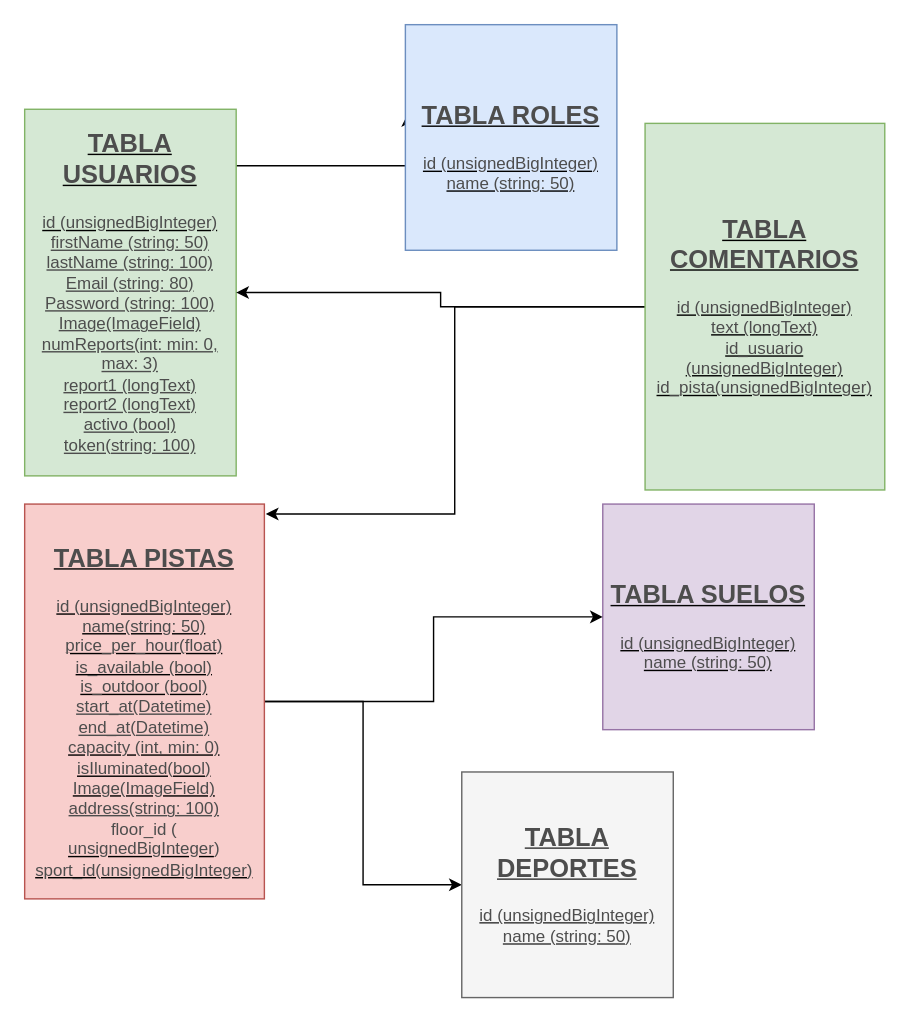
Before: GestionPistas BBDD.drawio in jedahee/Laravel-Backend-Final-Project-Degree, a draw.io diagram. Source tidied: cells renumbered, new cells numbered last; positions are measured from the earlier drawing's top-left corner, leaving out a move shared by most shapes. Both pictures are drawn from the tidied source at 141%, with x=0, y=0 at pixel (24, 24).
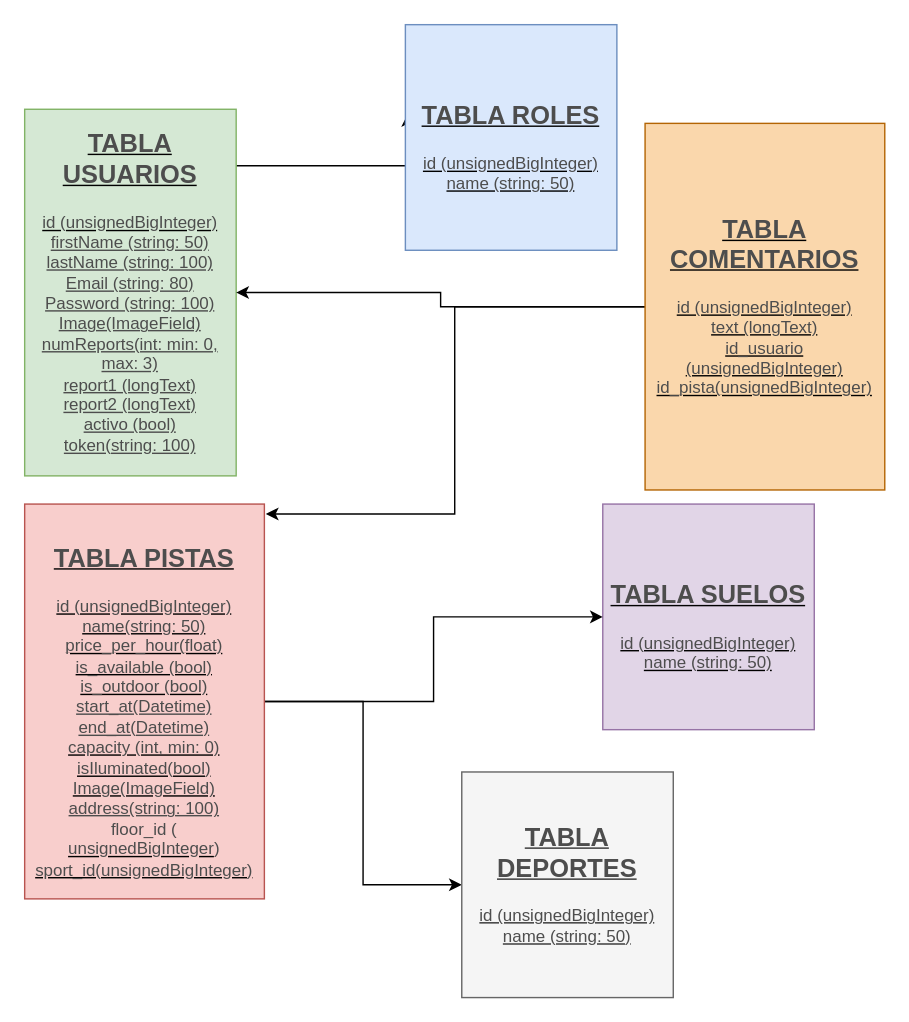
The same diagram, later.

What changed in the source:
```diff
@@
 <mxGraphModel>
   <root>
     <mxCell id="0" />
     <mxCell id="1" parent="0" />
     <mxCell id="2" style="edgeStyle=orthogonalEdgeStyle;rounded=0;jettySize=auto;html=1;entryX=0.011;entryY=0.396;entryDx=0;entryDy=0;entryPerimeter=0;fontFamily=Helvetica;fontColor=#4D4D4D;" parent="1" edge="1" source="3" target="5">
       <mxGeometry relative="1" as="geometry">
         <Array as="points">
           <mxPoint x="140" y="100" />
           <mxPoint x="140" y="100" />
         </Array>
       </mxGeometry>
     </mxCell>
     <mxCell id="3" value="&lt;h2&gt;&lt;u&gt;&lt;font color=&quot;#4d4d4d&quot;&gt;TABLA USUARIOS&lt;/font&gt;&lt;/u&gt;&lt;/h2&gt;&lt;div&gt;&lt;u&gt;&lt;font color=&quot;#4d4d4d&quot;&gt;id (unsignedBigInteger)&lt;/font&gt;&lt;/u&gt;&lt;/div&gt;&lt;div&gt;&lt;font color=&quot;#4d4d4d&quot;&gt;&lt;u&gt;firstName (string: 50)&lt;/u&gt;&lt;/font&gt;&lt;/div&gt;&lt;div&gt;&lt;u style=&quot;color: rgb(77 , 77 , 77)&quot;&gt;lastName (string: 100)&lt;/u&gt;&lt;font color=&quot;#4d4d4d&quot;&gt;&lt;u&gt;&lt;br&gt;&lt;/u&gt;&lt;/font&gt;&lt;/div&gt;&lt;div&gt;&lt;u style=&quot;color: rgb(77 , 77 , 77)&quot;&gt;Email (string: 80)&lt;/u&gt;&lt;u style=&quot;color: rgb(77 , 77 , 77)&quot;&gt;&lt;br&gt;&lt;/u&gt;&lt;/div&gt;&lt;div&gt;&lt;u style=&quot;color: rgb(77 , 77 , 77)&quot;&gt;Password (string: 100)&lt;/u&gt;&lt;/div&gt;&lt;div&gt;&lt;u style=&quot;color: rgb(77 , 77 , 77)&quot;&gt;Image(ImageField)&lt;/u&gt;&lt;u style=&quot;color: rgb(77 , 77 , 77)&quot;&gt;&lt;br&gt;&lt;/u&gt;&lt;/div&gt;&lt;div&gt;&lt;u style=&quot;color: rgb(77 , 77 , 77)&quot;&gt;numReports(int: min: 0, max: 3)&lt;/u&gt;&lt;u style=&quot;color: rgb(77 , 77 , 77)&quot;&gt;&lt;br&gt;&lt;/u&gt;&lt;/div&gt;&lt;div&gt;&lt;u style=&quot;color: rgb(77 , 77 , 77)&quot;&gt;report1 (longText)&lt;/u&gt;&lt;u style=&quot;color: rgb(77 , 77 , 77)&quot;&gt;&lt;br&gt;&lt;/u&gt;&lt;/div&gt;&lt;div&gt;&lt;u style=&quot;color: rgb(77 , 77 , 77)&quot;&gt;report2 (longText)&lt;/u&gt;&lt;u style=&quot;color: rgb(77 , 77 , 77)&quot;&gt;&lt;br&gt;&lt;/u&gt;&lt;/div&gt;&lt;div&gt;&lt;u style=&quot;color: rgb(77 , 77 , 77)&quot;&gt;activo (bool)&lt;/u&gt;&lt;/div&gt;&lt;div&gt;&lt;u style=&quot;color: rgb(77 , 77 , 77)&quot;&gt;token(string: 100)&lt;/u&gt;&lt;/div&gt;&lt;div&gt;&lt;u style=&quot;color: rgb(77 , 77 , 77)&quot;&gt;&lt;br&gt;&lt;/u&gt;&lt;/div&gt;" style="rounded=0;whiteSpace=wrap;html=1;fillColor=#d5e8d4;strokeColor=#82b366;strokeWidth=1;perimeterSpacing=0;line-height:30px;" parent="1" vertex="1">
       <mxGeometry y="60" width="150" height="260" as="geometry" />
     </mxCell>
     <mxCell id="4" value="&lt;h2&gt;&lt;u&gt;&lt;font color=&quot;#4d4d4d&quot;&gt;TABLA SUELOS&lt;/font&gt;&lt;/u&gt;&lt;/h2&gt;&lt;div&gt;&lt;div&gt;&lt;u&gt;&lt;font color=&quot;#4d4d4d&quot;&gt;id (unsignedBigInteger)&lt;/font&gt;&lt;/u&gt;&lt;/div&gt;&lt;/div&gt;&lt;div&gt;&lt;u&gt;&lt;font color=&quot;#4d4d4d&quot;&gt;name (string: 50)&lt;/font&gt;&lt;/u&gt;&lt;u&gt;&lt;font color=&quot;#4d4d4d&quot;&gt;&lt;br&gt;&lt;/font&gt;&lt;/u&gt;&lt;/div&gt;" style="rounded=0;whiteSpace=wrap;html=1;fillColor=#e1d5e7;strokeColor=#9673a6;" parent="1" vertex="1">
       <mxGeometry x="410" y="340" width="150" height="160" as="geometry" />
     </mxCell>
     <mxCell id="5" value="&lt;h2&gt;&lt;u&gt;&lt;font color=&quot;#4d4d4d&quot;&gt;TABLA ROLES&lt;/font&gt;&lt;/u&gt;&lt;/h2&gt;&lt;div&gt;&lt;div&gt;&lt;u&gt;&lt;font color=&quot;#4d4d4d&quot;&gt;id (unsignedBigInteger)&lt;/font&gt;&lt;/u&gt;&lt;/div&gt;&lt;/div&gt;&lt;div&gt;&lt;u&gt;&lt;font color=&quot;#4d4d4d&quot;&gt;name (string: 50)&lt;/font&gt;&lt;/u&gt;&lt;/div&gt;" style="rounded=0;whiteSpace=wrap;html=1;fillColor=#dae8fc;strokeColor=#6c8ebf;" parent="1" vertex="1">
       <mxGeometry x="270" width="150" height="160" as="geometry" />
     </mxCell>
     <mxCell id="6" style="edgeStyle=orthogonalEdgeStyle;rounded=0;jettySize=auto;html=1;fontFamily=Helvetica;fontColor=#4D4D4D;" parent="1" edge="1" source="8" target="4">
       <mxGeometry relative="1" as="geometry" />
     </mxCell>
     <mxCell id="7" style="edgeStyle=orthogonalEdgeStyle;rounded=0;jettySize=auto;html=1;fontFamily=Helvetica;fontColor=#4D4D4D;" parent="1" edge="1" source="8" target="9">
       <mxGeometry relative="1" as="geometry" />
     </mxCell>
     <mxCell id="8" value="&lt;h2&gt;&lt;u&gt;&lt;font color=&quot;#4d4d4d&quot;&gt;TABLA PISTAS&lt;/font&gt;&lt;/u&gt;&lt;/h2&gt;&lt;div&gt;&lt;div&gt;&lt;u&gt;&lt;font color=&quot;#4d4d4d&quot;&gt;id (unsignedBigInteger)&lt;/font&gt;&lt;/u&gt;&lt;/div&gt;&lt;/div&gt;&lt;div&gt;&lt;u&gt;&lt;font color=&quot;#4d4d4d&quot;&gt;name(string: 50)&lt;/font&gt;&lt;/u&gt;&lt;/div&gt;&lt;div&gt;&lt;u&gt;&lt;font color=&quot;#4d4d4d&quot;&gt;price_per_hour(float)&lt;/font&gt;&lt;/u&gt;&lt;/div&gt;&lt;div&gt;&lt;u&gt;&lt;font color=&quot;#4d4d4d&quot;&gt;is_available (bool)&lt;/font&gt;&lt;/u&gt;&lt;/div&gt;&lt;div&gt;&lt;u&gt;&lt;font color=&quot;#4d4d4d&quot;&gt;is_outdoor (bool)&lt;/font&gt;&lt;/u&gt;&lt;/div&gt;&lt;div&gt;&lt;font color=&quot;#4d4d4d&quot;&gt;&lt;u&gt;start_at(Datetime)&lt;/u&gt;&lt;/font&gt;&lt;/div&gt;&lt;div&gt;&lt;u style=&quot;color: rgb(77 , 77 , 77)&quot;&gt;end_at(Datetime)&lt;/u&gt;&lt;font color=&quot;#4d4d4d&quot;&gt;&lt;u&gt;&lt;br&gt;&lt;/u&gt;&lt;/font&gt;&lt;/div&gt;&lt;div&gt;&lt;u&gt;&lt;font color=&quot;#4d4d4d&quot;&gt;capacity (int, min: 0)&lt;/font&gt;&lt;/u&gt;&lt;/div&gt;&lt;div&gt;&lt;u&gt;&lt;font color=&quot;#4d4d4d&quot;&gt;isIluminated(bool)&lt;/font&gt;&lt;/u&gt;&lt;/div&gt;&lt;div&gt;&lt;u&gt;&lt;font color=&quot;#4d4d4d&quot;&gt;Image(ImageField)&lt;/font&gt;&lt;/u&gt;&lt;/div&gt;&lt;div&gt;&lt;font color=&quot;#4d4d4d&quot;&gt;&lt;u&gt;address(string: 100)&lt;/u&gt;&lt;/font&gt;&lt;/div&gt;&lt;div&gt;&lt;font color=&quot;#4d4d4d&quot;&gt;floor_id (&lt;/font&gt;&lt;/div&gt;&lt;u&gt;&lt;font color=&quot;#4d4d4d&quot;&gt;unsignedBigInteger&lt;/font&gt;&lt;/u&gt;&lt;span style=&quot;color: rgb(77 , 77 , 77)&quot;&gt;)&lt;br&gt;&lt;/span&gt;&lt;u&gt;&lt;font color=&quot;#4d4d4d&quot;&gt;sport_id(unsignedBigInteger)&lt;br&gt;&lt;/font&gt;&lt;/u&gt;" style="rounded=0;whiteSpace=wrap;html=1;fillColor=#f8cecc;strokeColor=#b85450;" parent="1" vertex="1">
       <mxGeometry y="340" width="170" height="280" as="geometry" />
     </mxCell>
     <mxCell id="9" value="&lt;h2&gt;&lt;u&gt;&lt;font color=&quot;#4d4d4d&quot;&gt;TABLA DEPORTES&lt;/font&gt;&lt;/u&gt;&lt;/h2&gt;&lt;div&gt;&lt;div&gt;&lt;u&gt;&lt;font color=&quot;#4d4d4d&quot;&gt;id (unsignedBigInteger)&lt;/font&gt;&lt;/u&gt;&lt;/div&gt;&lt;/div&gt;&lt;div&gt;&lt;u&gt;&lt;font color=&quot;#4d4d4d&quot;&gt;name (string: 50)&lt;/font&gt;&lt;/u&gt;&lt;/div&gt;&lt;div&gt;&lt;u&gt;&lt;font color=&quot;#4d4d4d&quot;&gt;&lt;br&gt;&lt;/font&gt;&lt;/u&gt;&lt;/div&gt;" style="rounded=0;whiteSpace=wrap;html=1;fillColor=#f5f5f5;strokeColor=#666666;fontColor=#333333;" parent="1" vertex="1">
       <mxGeometry x="310" y="530" width="150" height="160" as="geometry" />
     </mxCell>
     <mxCell id="10" style="edgeStyle=orthogonalEdgeStyle;rounded=0;jettySize=auto;html=1;fontFamily=Helvetica;fontColor=#4D4D4D;" parent="1" edge="1" source="12" target="3">
       <mxGeometry relative="1" as="geometry" />
     </mxCell>
     <mxCell id="11" style="edgeStyle=orthogonalEdgeStyle;rounded=0;jettySize=auto;html=1;entryX=1.006;entryY=0.025;entryDx=0;entryDy=0;entryPerimeter=0;fontFamily=Helvetica;fontColor=#4D4D4D;" parent="1" edge="1" source="12" target="8">
       <mxGeometry relative="1" as="geometry" />
     </mxCell>
-    <mxCell id="12" value="&lt;h2&gt;&lt;u&gt;&lt;font color=&quot;#4d4d4d&quot;&gt;TABLA COMENTARIOS&lt;/font&gt;&lt;/u&gt;&lt;/h2&gt;&lt;div&gt;&lt;u&gt;&lt;font color=&quot;#4d4d4d&quot;&gt;id (unsignedBigInteger)&lt;/font&gt;&lt;/u&gt;&lt;/div&gt;&lt;div&gt;&lt;u&gt;&lt;font color=&quot;#4d4d4d&quot;&gt;text (longText)&lt;/font&gt;&lt;/u&gt;&lt;/div&gt;&lt;div&gt;&lt;u&gt;&lt;font color=&quot;#4d4d4d&quot;&gt;id_usuario (unsignedBigInteger)&lt;/font&gt;&lt;/u&gt;&lt;u&gt;&lt;font color=&quot;#4d4d4d&quot;&gt;&lt;br&gt;&lt;/font&gt;&lt;/u&gt;&lt;/div&gt;&lt;div&gt;&lt;u&gt;&lt;font color=&quot;#4d4d4d&quot;&gt;id_pista(unsignedBigInteger)&lt;/font&gt;&lt;/u&gt;&lt;u&gt;&lt;font color=&quot;#4d4d4d&quot;&gt;&lt;br&gt;&lt;/font&gt;&lt;/u&gt;&lt;/div&gt;&lt;div&gt;&lt;br&gt;&lt;/div&gt;" style="rounded=0;whiteSpace=wrap;html=1;fillColor=#d5e8d4;strokeColor=#82b366;strokeWidth=1;perimeterSpacing=0;line-height:30px;" parent="1" vertex="1">
+    <mxCell id="12" value="&lt;h2&gt;&lt;u&gt;&lt;font color=&quot;#4d4d4d&quot;&gt;TABLA COMENTARIOS&lt;/font&gt;&lt;/u&gt;&lt;/h2&gt;&lt;div&gt;&lt;u&gt;&lt;font color=&quot;#4d4d4d&quot;&gt;id (unsignedBigInteger)&lt;/font&gt;&lt;/u&gt;&lt;/div&gt;&lt;div&gt;&lt;u&gt;&lt;font color=&quot;#4d4d4d&quot;&gt;text (longText)&lt;/font&gt;&lt;/u&gt;&lt;/div&gt;&lt;div&gt;&lt;u&gt;&lt;font color=&quot;#4d4d4d&quot;&gt;id_usuario (unsignedBigInteger)&lt;/font&gt;&lt;/u&gt;&lt;u&gt;&lt;font color=&quot;#4d4d4d&quot;&gt;&lt;br&gt;&lt;/font&gt;&lt;/u&gt;&lt;/div&gt;&lt;div&gt;&lt;u&gt;&lt;font color=&quot;#4d4d4d&quot;&gt;id_pista(unsignedBigInteger)&lt;/font&gt;&lt;/u&gt;&lt;u&gt;&lt;font color=&quot;#4d4d4d&quot;&gt;&lt;br&gt;&lt;/font&gt;&lt;/u&gt;&lt;/div&gt;&lt;div&gt;&lt;br&gt;&lt;/div&gt;" style="rounded=0;whiteSpace=wrap;html=1;fillColor=#fad7ac;strokeColor=#b46504;strokeWidth=1;perimeterSpacing=0;line-height:30px;" parent="1" vertex="1">
       <mxGeometry x="440" y="70" width="170" height="260" as="geometry" />
     </mxCell>
   </root>
 </mxGraphModel>
```
